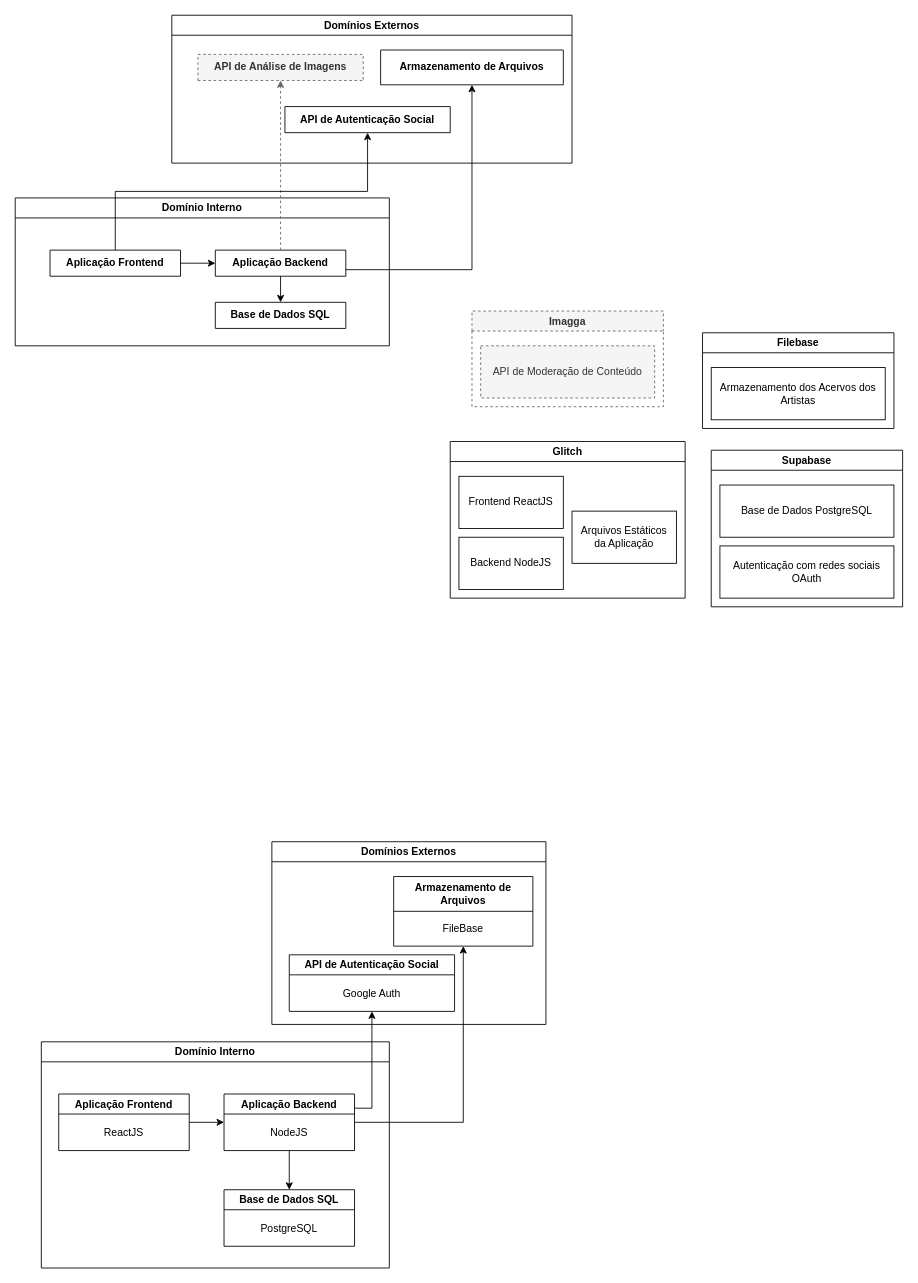
Earlier version of the draw.io diagram page "Dependências de Infraestrutura" (5 of 8) of UnderExpo.drawio (GustavoDeOliveira/underexpo). Source tidied: cells renumbered, new cells numbered last; positions are measured from the earlier drawing's top-left corner, leaving out a move shared by most shapes. Both pictures are drawn from the tidied source at 87%, with x=0, y=0 at pixel (15, 15).
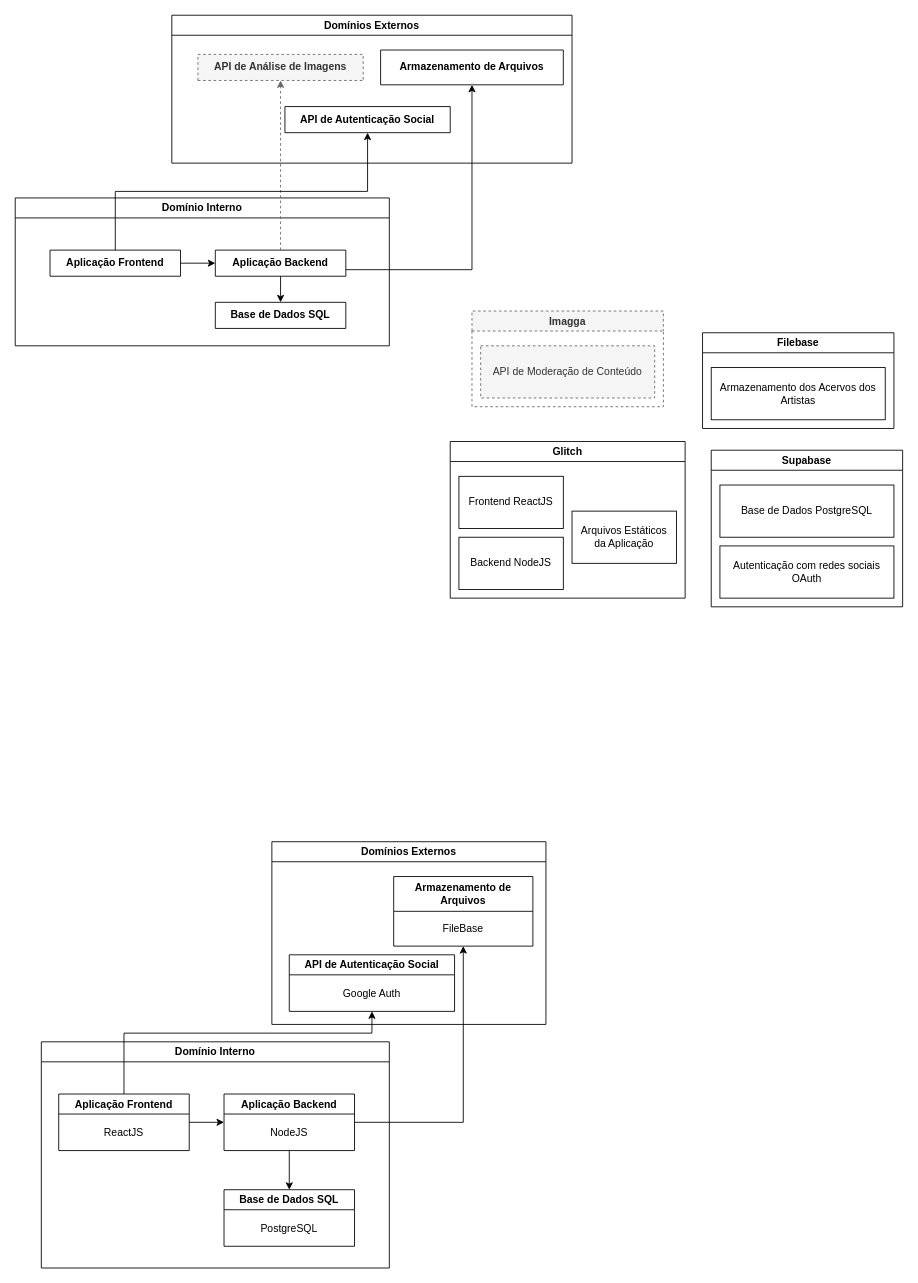
Above is the later version.

Commit message:
Atualizando Diagrama de Infraestrutura UnderExpo.drawio

The change refers to these unchanged cells:
```xml
<mxCell id="27" value="Aplicação Backend" style="swimlane;whiteSpace=wrap;html=1;" parent="26" vertex="1">
  <mxGeometry x="210" y="60" width="150" height="65" as="geometry" />
</mxCell>
<mxCell id="32" value="Aplicação Frontend" style="swimlane;whiteSpace=wrap;html=1;" parent="26" vertex="1">
  <mxGeometry x="20" y="60" width="150" height="65" as="geometry" />
</mxCell>
<mxCell id="39" value="API de Autenticação Social" style="swimlane;whiteSpace=wrap;html=1;" parent="36" vertex="1">
  <mxGeometry x="20" y="130" width="190" height="65" as="geometry" />
</mxCell>
```

What changed in the source:
```diff
@@
-    <mxCell id="41" style="edgeStyle=orthogonalEdgeStyle;rounded=0;jettySize=auto;html=1;exitX=1;exitY=0.25;exitDx=0;exitDy=0;entryX=0.5;entryY=1;entryDx=0;entryDy=0;" parent="1" edge="1" source="27" target="39">
-      <mxGeometry relative="1" as="geometry" />
+    <mxCell id="41" style="edgeStyle=orthogonalEdgeStyle;rounded=0;jettySize=auto;html=1;exitX=0.5;exitY=0;exitDx=0;exitDy=0;entryX=0.5;entryY=1;entryDx=0;entryDy=0;" parent="1" edge="1" source="32" target="39">
+      <mxGeometry relative="1" as="geometry">
+        <Array as="points">
+          <mxPoint x="125" y="1170" />
+          <mxPoint x="410" y="1170" />
+        </Array>
+      </mxGeometry>
     </mxCell>
```
